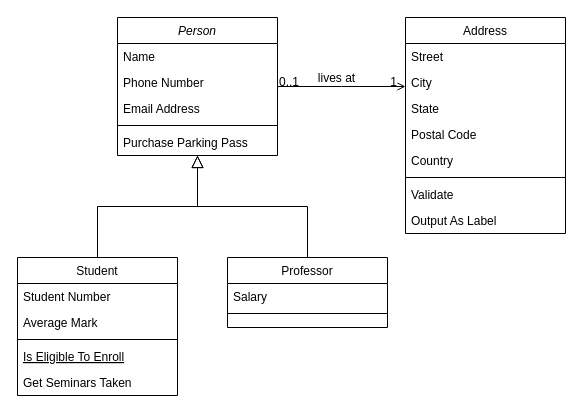
RadiMT33/Perpus-Digital keeps this draw.io diagram as Untitled Diagram.drawio. Above is the earlier version. Source tidied: cells renumbered, new cells numbered last; positions are measured from the earlier drawing's top-left corner, leaving out a move shared by most shapes. Both pictures are drawn from the tidied source at 100%, with x=0, y=0 at pixel (17, 17).
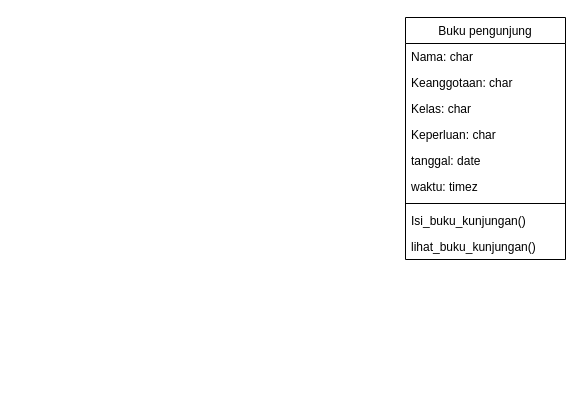
After the change.

The edit, as a diff of the source:
```diff
@@
-    <mxCell id="2" value="Person" style="swimlane;fontStyle=2;align=center;verticalAlign=top;horizontal=1;startSize=26;rounded=0;shadow=0;strokeWidth=1;" parent="1" vertex="1">
-      <mxGeometry x="100" width="160" height="138" as="geometry" />
-    </mxCell>
-    <mxCell id="3" value="Name" style="text;align=left;verticalAlign=top;spacingLeft=4;spacingRight=4;overflow=hidden;" parent="2" vertex="1">
-      <mxGeometry y="26" width="160" height="26" as="geometry" />
-    </mxCell>
-    <mxCell id="4" value="Phone Number" style="text;align=left;verticalAlign=top;spacingLeft=4;spacingRight=4;overflow=hidden;rounded=0;shadow=0;html=0;" parent="2" vertex="1">
-      <mxGeometry y="52" width="160" height="26" as="geometry" />
-    </mxCell>
-    <mxCell id="5" value="Email Address" style="text;align=left;verticalAlign=top;spacingLeft=4;spacingRight=4;overflow=hidden;rounded=0;shadow=0;html=0;" parent="2" vertex="1">
-      <mxGeometry y="78" width="160" height="26" as="geometry" />
-    </mxCell>
-    <mxCell id="6" style="line;html=1;strokeWidth=1;align=left;verticalAlign=middle;spacingTop=-1;spacingLeft=3;spacingRight=3;labelPosition=right;" parent="2" vertex="1">
-      <mxGeometry y="104" width="160" height="8" as="geometry" />
-    </mxCell>
-    <mxCell id="7" value="Purchase Parking Pass" style="text;align=left;verticalAlign=top;spacingLeft=4;spacingRight=4;overflow=hidden;" parent="2" vertex="1">
-      <mxGeometry y="112" width="160" height="26" as="geometry" />
-    </mxCell>
-    <mxCell id="8" value="Student" style="swimlane;fontStyle=0;align=center;verticalAlign=top;horizontal=1;startSize=26;rounded=0;shadow=0;strokeWidth=1;" parent="1" vertex="1">
-      <mxGeometry y="240" width="160" height="138" as="geometry" />
-    </mxCell>
-    <mxCell id="9" value="Student Number" style="text;align=left;verticalAlign=top;spacingLeft=4;spacingRight=4;overflow=hidden;" parent="8" vertex="1">
-      <mxGeometry y="26" width="160" height="26" as="geometry" />
-    </mxCell>
-    <mxCell id="10" value="Average Mark" style="text;align=left;verticalAlign=top;spacingLeft=4;spacingRight=4;overflow=hidden;rounded=0;shadow=0;html=0;" parent="8" vertex="1">
-      <mxGeometry y="52" width="160" height="26" as="geometry" />
-    </mxCell>
-    <mxCell id="11" style="line;html=1;strokeWidth=1;align=left;verticalAlign=middle;spacingTop=-1;spacingLeft=3;spacingRight=3;labelPosition=right;" parent="8" vertex="1">
-      <mxGeometry y="78" width="160" height="8" as="geometry" />
-    </mxCell>
-    <mxCell id="12" value="Is Eligible To Enroll" style="text;align=left;verticalAlign=top;spacingLeft=4;spacingRight=4;overflow=hidden;fontStyle=4;" parent="8" vertex="1">
-      <mxGeometry y="86" width="160" height="26" as="geometry" />
-    </mxCell>
-    <mxCell id="13" value="Get Seminars Taken" style="text;align=left;verticalAlign=top;spacingLeft=4;spacingRight=4;overflow=hidden;" parent="8" vertex="1">
-      <mxGeometry y="112" width="160" height="26" as="geometry" />
-    </mxCell>
-    <mxCell id="14" style="endArrow=block;endSize=10;endFill=0;shadow=0;strokeWidth=1;rounded=0;edgeStyle=elbowEdgeStyle;elbow=vertical;" parent="1" edge="1" source="8" target="2">
-      <mxGeometry relative="1" as="geometry" />
-    </mxCell>
-    <mxCell id="15" value="Professor" style="swimlane;fontStyle=0;align=center;verticalAlign=top;horizontal=1;startSize=26;rounded=0;shadow=0;strokeWidth=1;" parent="1" vertex="1">
-      <mxGeometry x="210" y="240" width="160" height="70" as="geometry" />
-    </mxCell>
-    <mxCell id="16" value="Salary" style="text;align=left;verticalAlign=top;spacingLeft=4;spacingRight=4;overflow=hidden;" parent="15" vertex="1">
-      <mxGeometry y="26" width="160" height="26" as="geometry" />
-    </mxCell>
-    <mxCell id="17" style="line;html=1;strokeWidth=1;align=left;verticalAlign=middle;spacingTop=-1;spacingLeft=3;spacingRight=3;labelPosition=right;" parent="15" vertex="1">
-      <mxGeometry y="52" width="160" height="8" as="geometry" />
-    </mxCell>
-    <mxCell id="18" style="endArrow=block;endSize=10;endFill=0;shadow=0;strokeWidth=1;rounded=0;edgeStyle=elbowEdgeStyle;elbow=vertical;" parent="1" edge="1" source="15" target="2">
-      <mxGeometry relative="1" as="geometry" />
-    </mxCell>
-    <mxCell id="19" value="Address" style="swimlane;fontStyle=0;align=center;verticalAlign=top;horizontal=1;startSize=26;rounded=0;shadow=0;strokeWidth=1;" parent="1" vertex="1">
-      <mxGeometry x="388" width="160" height="216" as="geometry" />
+    <mxCell id="19" value="Buku pengunjung" style="swimlane;fontStyle=0;align=center;verticalAlign=top;horizontal=1;startSize=26;rounded=0;shadow=0;strokeWidth=1;" parent="1" vertex="1">
+      <mxGeometry x="388" width="160" height="242" as="geometry" />
     </mxCell>
-    <mxCell id="20" value="Street" style="text;align=left;verticalAlign=top;spacingLeft=4;spacingRight=4;overflow=hidden;" parent="19" vertex="1">
+    <mxCell id="20" value="Nama: char" style="text;align=left;verticalAlign=top;spacingLeft=4;spacingRight=4;overflow=hidden;" parent="19" vertex="1">
       <mxGeometry y="26" width="160" height="26" as="geometry" />
     </mxCell>
-    <mxCell id="21" value="City" style="text;align=left;verticalAlign=top;spacingLeft=4;spacingRight=4;overflow=hidden;rounded=0;shadow=0;html=0;" parent="19" vertex="1">
+    <mxCell id="21" value="Keanggotaan: char" style="text;align=left;verticalAlign=top;spacingLeft=4;spacingRight=4;overflow=hidden;rounded=0;shadow=0;html=0;" parent="19" vertex="1">
       <mxGeometry y="52" width="160" height="26" as="geometry" />
     </mxCell>
-    <mxCell id="22" value="State" style="text;align=left;verticalAlign=top;spacingLeft=4;spacingRight=4;overflow=hidden;rounded=0;shadow=0;html=0;" parent="19" vertex="1">
+    <mxCell id="22" value="Kelas: char" style="text;align=left;verticalAlign=top;spacingLeft=4;spacingRight=4;overflow=hidden;rounded=0;shadow=0;html=0;" parent="19" vertex="1">
       <mxGeometry y="78" width="160" height="26" as="geometry" />
     </mxCell>
-    <mxCell id="23" value="Postal Code" style="text;align=left;verticalAlign=top;spacingLeft=4;spacingRight=4;overflow=hidden;rounded=0;shadow=0;html=0;" parent="19" vertex="1">
+    <mxCell id="23" value="Keperluan: char" style="text;align=left;verticalAlign=top;spacingLeft=4;spacingRight=4;overflow=hidden;rounded=0;shadow=0;html=0;" parent="19" vertex="1">
       <mxGeometry y="104" width="160" height="26" as="geometry" />
     </mxCell>
-    <mxCell id="24" value="Country" style="text;align=left;verticalAlign=top;spacingLeft=4;spacingRight=4;overflow=hidden;rounded=0;shadow=0;html=0;" parent="19" vertex="1">
-      <mxGeometry y="130" width="160" height="26" as="geometry" />
-    </mxCell>
+    <mxCell id="32" value="tanggal: date" style="text;align=left;verticalAlign=top;spacingLeft=4;spacingRight=4;overflow=hidden;rounded=0;shadow=0;html=0;" parent="19" vertex="1">
+      <mxGeometry y="130" width="160" height="26" as="geometry" />
+    </mxCell>
+    <mxCell id="33" value="waktu: timez" style="text;align=left;verticalAlign=top;spacingLeft=4;spacingRight=4;overflow=hidden;rounded=0;shadow=0;html=0;" parent="19" vertex="1">
+      <mxGeometry y="156" width="160" height="26" as="geometry" />
+    </mxCell>
     <mxCell id="25" style="line;html=1;strokeWidth=1;align=left;verticalAlign=middle;spacingTop=-1;spacingLeft=3;spacingRight=3;labelPosition=right;" parent="19" vertex="1">
-      <mxGeometry y="156" width="160" height="8" as="geometry" />
+      <mxGeometry y="182" width="160" height="8" as="geometry" />
     </mxCell>
-    <mxCell id="26" value="Validate" style="text;align=left;verticalAlign=top;spacingLeft=4;spacingRight=4;overflow=hidden;" parent="19" vertex="1">
-      <mxGeometry y="164" width="160" height="26" as="geometry" />
+    <mxCell id="26" value="Isi_buku_kunjungan()" style="text;align=left;verticalAlign=top;spacingLeft=4;spacingRight=4;overflow=hidden;" parent="19" vertex="1">
+      <mxGeometry y="190" width="160" height="26" as="geometry" />
     </mxCell>
-    <mxCell id="27" value="Output As Label" style="text;align=left;verticalAlign=top;spacingLeft=4;spacingRight=4;overflow=hidden;" parent="19" vertex="1">
-      <mxGeometry y="190" width="160" height="26" as="geometry" />
+    <mxCell id="27" value="lihat_buku_kunjungan()" style="text;align=left;verticalAlign=top;spacingLeft=4;spacingRight=4;overflow=hidden;" parent="19" vertex="1">
+      <mxGeometry y="216" width="160" height="26" as="geometry" />
     </mxCell>
-    <mxCell id="28" style="endArrow=open;shadow=0;strokeWidth=1;rounded=0;endFill=1;edgeStyle=elbowEdgeStyle;elbow=vertical;" parent="1" edge="1" source="2" target="19">
-      <mxGeometry x="0.5" y="41" relative="1" as="geometry">
-        <mxPoint x="-40" y="32" as="offset" />
-      </mxGeometry>
-    </mxCell>
-    <mxCell id="29" value="0..1" style="align=left;verticalAlign=bottom;labelBackgroundColor=none;fontSize=12;" parent="28" vertex="1">
-      <mxGeometry x="-1" relative="1" as="geometry">
-        <mxPoint y="4" as="offset" />
-      </mxGeometry>
-    </mxCell>
-    <mxCell id="30" value="1" style="align=right;verticalAlign=bottom;labelBackgroundColor=none;fontSize=12;" parent="28" vertex="1">
-      <mxGeometry x="1" relative="1" as="geometry">
-        <mxPoint x="-7" y="4" as="offset" />
-      </mxGeometry>
-    </mxCell>
-    <mxCell id="31" value="lives at" style="text;html=1;align=center;verticalAlign=middle;labelBackgroundColor=none;rounded=0;shadow=0;strokeWidth=1;fontSize=12;" parent="28" vertex="1">
-      <mxGeometry x="0.5" y="49" relative="1" as="geometry">
-        <mxPoint x="-38" y="40" as="offset" />
-      </mxGeometry>
-    </mxCell>
```
